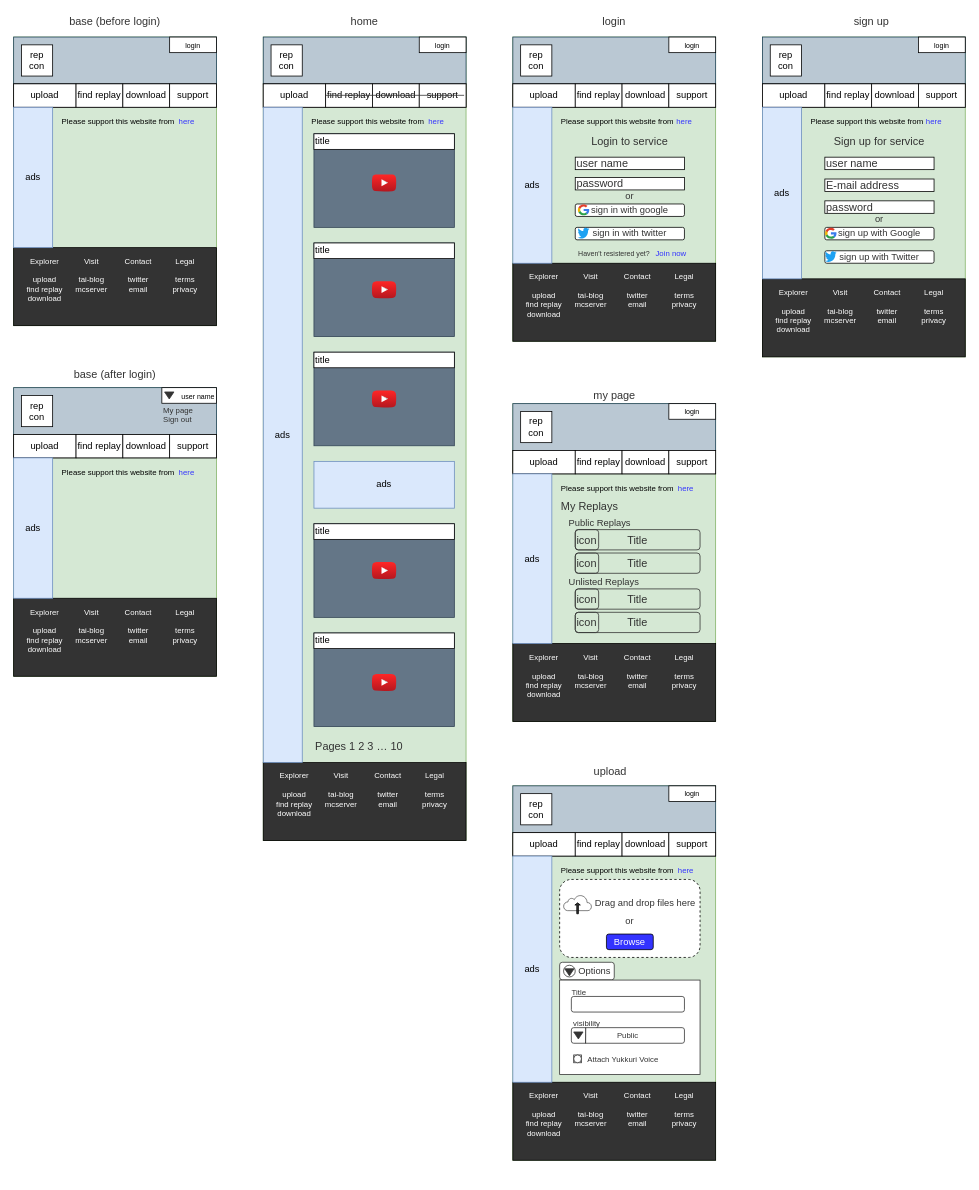
Earlier version of the draw.io diagram page "Page-2" (2 of 4) of Untitled Diagram.drawio (tforce7171/replay_-to_video). Source tidied: cells renumbered, new cells numbered last; positions are measured from the earlier drawing's top-left corner, leaving out a move shared by most shapes. Both pictures are drawn from the tidied source at 78%, with x=0, y=0 at pixel (13, 13).
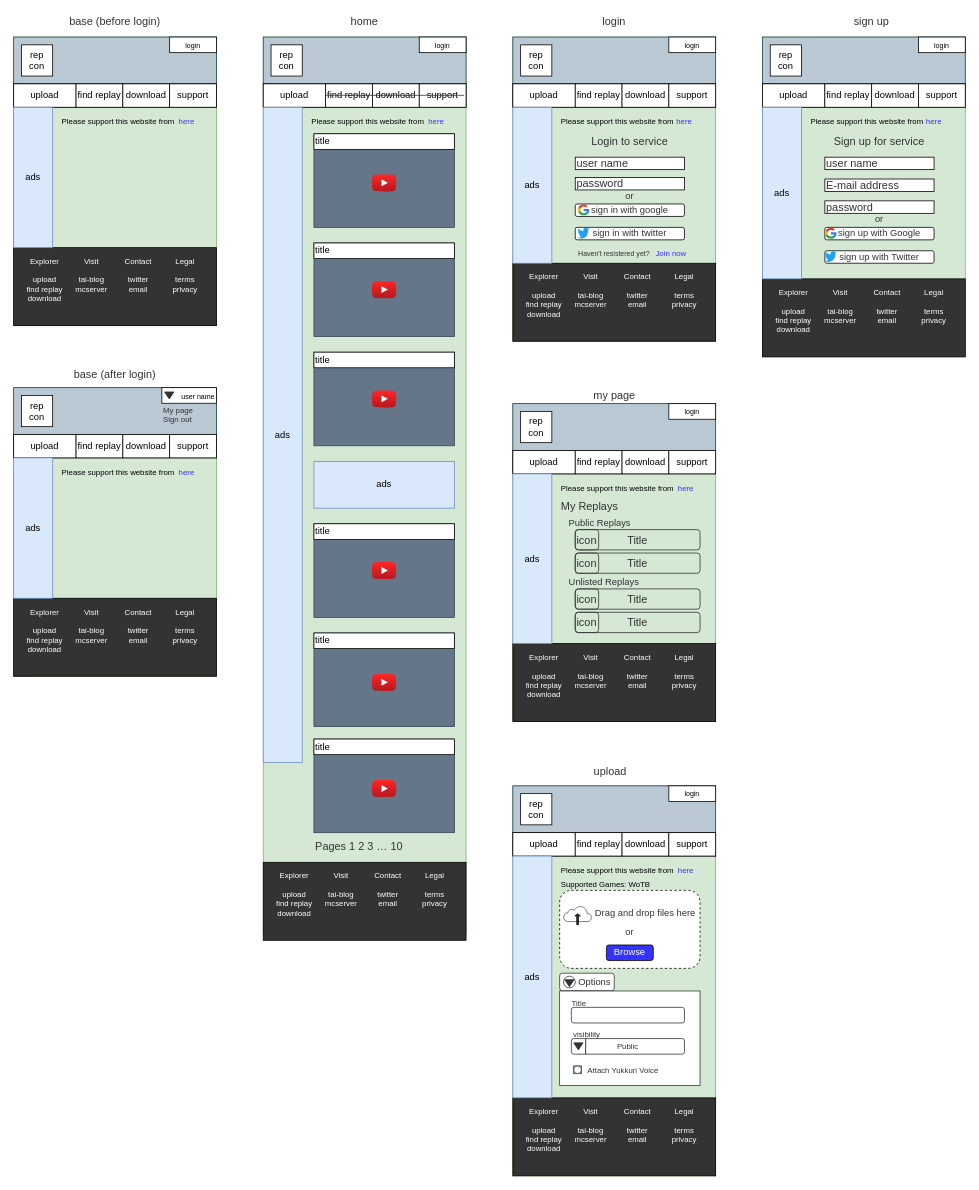
The same diagram, later.

What changed in the source:
```diff
@@
     <mxCell id="2" style="rounded=0;whiteSpace=wrap;html=1;fillColor=#d5e8d4;strokeColor=#82b366;" parent="1" vertex="1">
-      <mxGeometry x="320" y="30" width="260" height="1030" as="geometry" />
+      <mxGeometry x="320" y="30" width="260" height="1150" as="geometry" />
     </mxCell>
@@
     <mxCell id="21" style="rounded=0;whiteSpace=wrap;html=1;fillColor=#333333;" parent="1" vertex="1">
-      <mxGeometry x="320" y="960.2" width="260" height="100" as="geometry" />
+      <mxGeometry x="320" y="1088" width="260" height="100" as="geometry" />
     </mxCell>
@@
     <mxCell id="26" value="Legal&lt;br&gt;&lt;br&gt;terms&lt;br&gt;privacy" style="text;html=1;strokeColor=none;fillColor=none;align=center;verticalAlign=middle;whiteSpace=wrap;rounded=0;fontSize=10;fontColor=#FFFFFF;" parent="1" vertex="1">
-      <mxGeometry x="520" y="970.2" width="40" height="50" as="geometry" />
+      <mxGeometry x="520" y="1098" width="40" height="50" as="geometry" />
     </mxCell>
     <mxCell id="27" value="Contact&lt;br&gt;&lt;br&gt;twitter&lt;br&gt;email" style="text;html=1;strokeColor=none;fillColor=none;align=center;verticalAlign=middle;whiteSpace=wrap;rounded=0;fontSize=10;fontColor=#FFFFFF;" parent="1" vertex="1">
-      <mxGeometry x="460" y="970.2" width="40" height="50" as="geometry" />
+      <mxGeometry x="460" y="1098" width="40" height="50" as="geometry" />
     </mxCell>
     <mxCell id="28" value="Visit&lt;br&gt;&lt;br&gt;tai-blog&lt;br&gt;mcserver" style="text;html=1;strokeColor=none;fillColor=none;align=center;verticalAlign=middle;whiteSpace=wrap;rounded=0;fontSize=10;fontColor=#FFFFFF;" parent="1" vertex="1">
-      <mxGeometry x="400" y="972.8" width="40" height="45" as="geometry" />
+      <mxGeometry x="400" y="1100.5" width="40" height="45" as="geometry" />
     </mxCell>
     <mxCell id="29" value="Explorer&lt;br&gt;&lt;br&gt;upload&lt;br&gt;find replay&lt;br&gt;download" style="text;html=1;strokeColor=none;fillColor=none;align=center;verticalAlign=middle;whiteSpace=wrap;rounded=0;fontSize=10;fontColor=#FFFFFF;" parent="1" vertex="1">
-      <mxGeometry x="335" y="970.2" width="50" height="62.5" as="geometry" />
+      <mxGeometry x="335" y="1098" width="50" height="62.5" as="geometry" />
     </mxCell>
@@
     <mxCell id="100" style="rounded=0;whiteSpace=wrap;html=1;fillColor=#d5e8d4;strokeColor=#82b366;" parent="1" vertex="1">
-      <mxGeometry x="640" y="990" width="260" height="480" as="geometry" />
+      <mxGeometry x="640" y="990" width="260" height="500" as="geometry" />
     </mxCell>
@@
     <mxCell id="109" style="rounded=0;whiteSpace=wrap;html=1;fillColor=#333333;" parent="1" vertex="1">
-      <mxGeometry x="640" y="1370" width="260" height="100" as="geometry" />
+      <mxGeometry x="640" y="1390" width="260" height="100" as="geometry" />
     </mxCell>
     <mxCell id="110" value="ads" style="rounded=0;whiteSpace=wrap;html=1;fillColor=#dae8fc;strokeColor=#6c8ebf;" parent="1" vertex="1">
-      <mxGeometry x="640" y="1080" width="50" height="290" as="geometry" />
+      <mxGeometry x="640" y="1080" width="50" height="310" as="geometry" />
     </mxCell>
@@
     <mxCell id="113" value="Legal&lt;br&gt;&lt;br&gt;terms&lt;br&gt;privacy" style="text;html=1;strokeColor=none;fillColor=none;align=center;verticalAlign=middle;whiteSpace=wrap;rounded=0;fontSize=10;fontColor=#FFFFFF;" parent="1" vertex="1">
-      <mxGeometry x="840" y="1380" width="40" height="50" as="geometry" />
+      <mxGeometry x="840" y="1400" width="40" height="50" as="geometry" />
     </mxCell>
     <mxCell id="114" value="Contact&lt;br&gt;&lt;br&gt;twitter&lt;br&gt;email" style="text;html=1;strokeColor=none;fillColor=none;align=center;verticalAlign=middle;whiteSpace=wrap;rounded=0;fontSize=10;fontColor=#FFFFFF;" parent="1" vertex="1">
-      <mxGeometry x="780" y="1380" width="40" height="50" as="geometry" />
+      <mxGeometry x="780" y="1400" width="40" height="50" as="geometry" />
     </mxCell>
     <mxCell id="115" value="Visit&lt;br&gt;&lt;br&gt;tai-blog&lt;br&gt;mcserver" style="text;html=1;strokeColor=none;fillColor=none;align=center;verticalAlign=middle;whiteSpace=wrap;rounded=0;fontSize=10;fontColor=#FFFFFF;" parent="1" vertex="1">
-      <mxGeometry x="720" y="1382.5" width="40" height="45" as="geometry" />
+      <mxGeometry x="720" y="1402.5" width="40" height="45" as="geometry" />
     </mxCell>
     <mxCell id="116" value="Explorer&lt;br&gt;&lt;br&gt;upload&lt;br&gt;find replay&lt;br&gt;download" style="text;html=1;strokeColor=none;fillColor=none;align=center;verticalAlign=middle;whiteSpace=wrap;rounded=0;fontSize=10;fontColor=#FFFFFF;" parent="1" vertex="1">
-      <mxGeometry x="655" y="1380" width="50" height="62.5" as="geometry" />
+      <mxGeometry x="655" y="1400" width="50" height="62.5" as="geometry" />
     </mxCell>
@@
     <mxCell id="118" style="rounded=1;whiteSpace=wrap;html=1;fontSize=12;fontColor=#333333;align=center;fillColor=#FFFFFF;dashed=1;" parent="1" vertex="1">
-      <mxGeometry x="700" y="1110" width="180" height="100" as="geometry" />
+      <mxGeometry x="700" y="1124" width="180" height="100" as="geometry" />
     </mxCell>
     <mxCell id="119" value="Browse" style="rounded=1;whiteSpace=wrap;html=1;fontSize=12;align=center;fillColor=#3333FF;fontColor=#FFFFFF;" parent="1" vertex="1">
-      <mxGeometry x="760" y="1180" width="60" height="20" as="geometry" />
+      <mxGeometry x="760" y="1194" width="60" height="20" as="geometry" />
     </mxCell>
     <mxCell id="120" value="Drag and drop files here" style="text;html=1;strokeColor=none;fillColor=none;align=center;verticalAlign=middle;whiteSpace=wrap;rounded=0;fontSize=12;fontColor=#333333;" parent="1" vertex="1">
-      <mxGeometry x="740" y="1130" width="140" height="20" as="geometry" />
+      <mxGeometry x="740" y="1144" width="140" height="20" as="geometry" />
     </mxCell>
@@
     <mxCell id="125" style="html=1;gradientColor=none;gradientDirection=north;strokeWidth=2;shape=mxgraph.networks.cloud;fontColor=#ffffff;fontSize=12;align=center;fillColor=#FFFFFF;strokeColor=#333333;" parent="1" vertex="1">
-      <mxGeometry x="705" y="1130" width="36" height="20" as="geometry" />
+      <mxGeometry x="705" y="1144" width="36" height="20" as="geometry" />
     </mxCell>
     <mxCell id="126" style="shape=singleArrow;direction=north;whiteSpace=wrap;html=1;fontSize=12;fontColor=#333333;align=center;fillColor=#333333;" parent="1" vertex="1">
-      <mxGeometry x="719.5" y="1140" width="7" height="14" as="geometry" />
+      <mxGeometry x="719.5" y="1154" width="7" height="14" as="geometry" />
     </mxCell>
     <mxCell id="127" value="or" style="text;html=1;strokeColor=none;fillColor=none;align=center;verticalAlign=middle;whiteSpace=wrap;rounded=0;fontSize=12;fontColor=#333333;" parent="1" vertex="1">
-      <mxGeometry x="770" y="1154" width="40" height="20" as="geometry" />
+      <mxGeometry x="770" y="1168" width="40" height="20" as="geometry" />
     </mxCell>
     <mxCell id="128" style="rounded=1;whiteSpace=wrap;html=1;fontSize=12;strokeColor=#333333;align=center;fontColor=#FFFFFF;fillColor=#FFFFFF;" parent="1" vertex="1">
-      <mxGeometry x="700" y="1216.2" width="70" height="22.5" as="geometry" />
+      <mxGeometry x="700" y="1230.2" width="70" height="22.5" as="geometry" />
     </mxCell>
     <mxCell id="129" style="ellipse;whiteSpace=wrap;html=1;fontSize=12;fontColor=#FFFFFF;strokeColor=#333333;align=center;fillColor=#FFFFFF;" parent="1" vertex="1">
-      <mxGeometry x="705" y="1220" width="15" height="15" as="geometry" />
+      <mxGeometry x="705" y="1234" width="15" height="15" as="geometry" />
     </mxCell>
     <mxCell id="130" style="triangle;whiteSpace=wrap;html=1;fontSize=12;fontColor=#FFFFFF;strokeColor=#333333;align=center;rotation=90;fillColor=#333333;" parent="1" vertex="1">
-      <mxGeometry x="708" y="1223" width="9" height="12" as="geometry" />
+      <mxGeometry x="708" y="1237" width="9" height="12" as="geometry" />
     </mxCell>
     <mxCell id="131" value="Options" style="text;html=1;strokeColor=none;fillColor=none;align=center;verticalAlign=middle;whiteSpace=wrap;rounded=0;fontSize=12;fontColor=#333333;" parent="1" vertex="1">
-      <mxGeometry x="725" y="1217.5" width="40" height="20" as="geometry" />
+      <mxGeometry x="725" y="1231.5" width="40" height="20" as="geometry" />
     </mxCell>
     <mxCell id="132" style="rounded=0;whiteSpace=wrap;html=1;fontSize=12;fontColor=#FFFFFF;strokeColor=#333333;fillColor=#FFFFFF;align=center;" parent="1" vertex="1">
-      <mxGeometry x="700" y="1239" width="180" height="121" as="geometry" />
+      <mxGeometry x="700" y="1253" width="180" height="121" as="geometry" />
     </mxCell>
     <mxCell id="133" value="Title" style="text;html=1;strokeColor=none;fillColor=none;align=center;verticalAlign=middle;whiteSpace=wrap;rounded=0;fontSize=10;fontColor=#333333;" parent="1" vertex="1">
-      <mxGeometry x="705" y="1250" width="40" height="10" as="geometry" />
+      <mxGeometry x="705" y="1264" width="40" height="10" as="geometry" />
     </mxCell>
     <mxCell id="134" style="rounded=1;whiteSpace=wrap;html=1;fontSize=10;fontColor=#333333;strokeColor=#333333;fillColor=#FFFFFF;align=center;" parent="1" vertex="1">
-      <mxGeometry x="715" y="1260" width="145" height="20" as="geometry" />
+      <mxGeometry x="715" y="1274" width="145" height="20" as="geometry" />
     </mxCell>
     <mxCell id="135" value="visibility" style="text;html=1;strokeColor=none;fillColor=none;align=center;verticalAlign=middle;whiteSpace=wrap;rounded=0;fontSize=10;fontColor=#333333;" parent="1" vertex="1">
-      <mxGeometry x="715" y="1290" width="40" height="10" as="geometry" />
+      <mxGeometry x="715" y="1304" width="40" height="10" as="geometry" />
     </mxCell>
     <mxCell id="136" value="Public" style="rounded=1;whiteSpace=wrap;html=1;fontSize=10;fontColor=#333333;strokeColor=#333333;fillColor=#FFFFFF;align=center;" parent="1" vertex="1">
-      <mxGeometry x="715" y="1300" width="145" height="20" as="geometry" />
+      <mxGeometry x="715" y="1314" width="145" height="20" as="geometry" />
     </mxCell>
     <mxCell id="137" style="triangle;whiteSpace=wrap;html=1;fontSize=12;fontColor=#FFFFFF;strokeColor=#333333;align=center;rotation=90;fillColor=#333333;" parent="1" vertex="1">
-      <mxGeometry x="719.5" y="1304" width="9" height="12" as="geometry" />
+      <mxGeometry x="719.5" y="1318" width="9" height="12" as="geometry" />
     </mxCell>
@@
     <mxCell id="139" value="Attach Yukkuri Voice" style="text;html=1;strokeColor=none;fillColor=none;align=center;verticalAlign=middle;whiteSpace=wrap;rounded=0;fontSize=10;fontColor=#333333;" parent="1" vertex="1">
-      <mxGeometry x="733" y="1330" width="97" height="20" as="geometry" />
+      <mxGeometry x="733" y="1344" width="97" height="20" as="geometry" />
     </mxCell>
     <mxCell id="140" style="whiteSpace=wrap;html=1;fontSize=10;fontColor=#333333;strokeColor=#333333;fillColor=#FFFFFF;align=center;" parent="1" vertex="1">
-      <mxGeometry x="718" y="1335" width="10" height="10" as="geometry" />
+      <mxGeometry x="718" y="1349" width="10" height="10" as="geometry" />
     </mxCell>
     <mxCell id="141" style="ellipse;whiteSpace=wrap;html=1;fontSize=10;fontColor=#333333;strokeColor=#333333;fillColor=#FFFFFF;align=center;" parent="1" vertex="1">
-      <mxGeometry x="718" y="1335" width="10" height="10" as="geometry" />
+      <mxGeometry x="718" y="1349" width="10" height="10" as="geometry" />
     </mxCell>
@@
     <mxCell id="171" value="Pages 1 2 3 … 10" style="text;html=1;strokeColor=none;fillColor=none;align=left;verticalAlign=middle;whiteSpace=wrap;rounded=0;fontSize=14;fontColor=#333333;" parent="1" vertex="1">
-      <mxGeometry x="385" y="930" width="160" height="20" as="geometry" />
+      <mxGeometry x="385" y="1057.8" width="160" height="20" as="geometry" />
     </mxCell>
@@
+    <mxCell id="199" value="Supported Games: WoTB" style="text;html=1;strokeColor=none;fillColor=none;align=left;verticalAlign=middle;whiteSpace=wrap;rounded=0;fontSize=10;" parent="1" vertex="1">
+      <mxGeometry x="700" y="1106" width="180" height="20" as="geometry" />
+    </mxCell>
+    <mxCell id="200" style="rounded=0;whiteSpace=wrap;html=1;fillColor=#647687;strokeColor=#314354;fontColor=#ffffff;" parent="1" vertex="1">
+      <mxGeometry x="385" y="930" width="180" height="120" as="geometry" />
+    </mxCell>
+    <mxCell id="201" value="title" style="rounded=0;whiteSpace=wrap;html=1;align=left;" parent="1" vertex="1">
+      <mxGeometry x="385" y="930" width="180" height="20" as="geometry" />
+    </mxCell>
+    <mxCell id="202" style="dashed=0;html=1;align=center;labelPosition=center;verticalLabelPosition=bottom;verticalAlign=top;shape=mxgraph.weblogos.youtube_2;fillColor=#FF2626;gradientColor=#B5171F;fontSize=14;fontColor=#333333;strokeColor=#333333;" parent="1" vertex="1">
+      <mxGeometry x="459.3" y="982.5" width="31.3" height="22" as="geometry" />
+    </mxCell>
```
